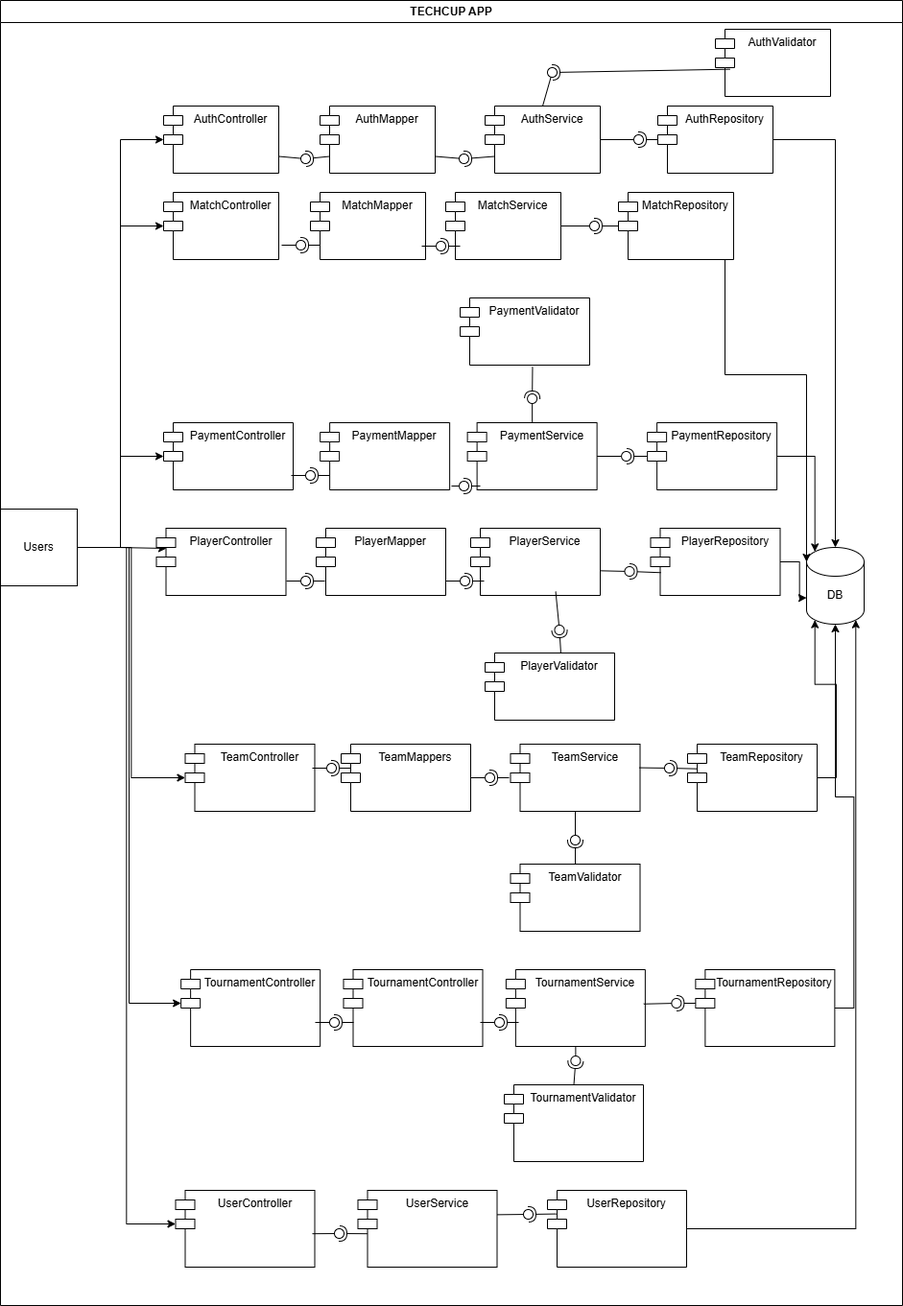
Earlier version of the draw.io export docs/images/Diagramacomponentesespecificos.drawio.png (HorusEnOffside/TechUpFutbol_Backend). Source tidied: cells renumbered, new cells last; positions are measured from the earlier drawing's top-left corner, leaving out a move shared by most shapes.
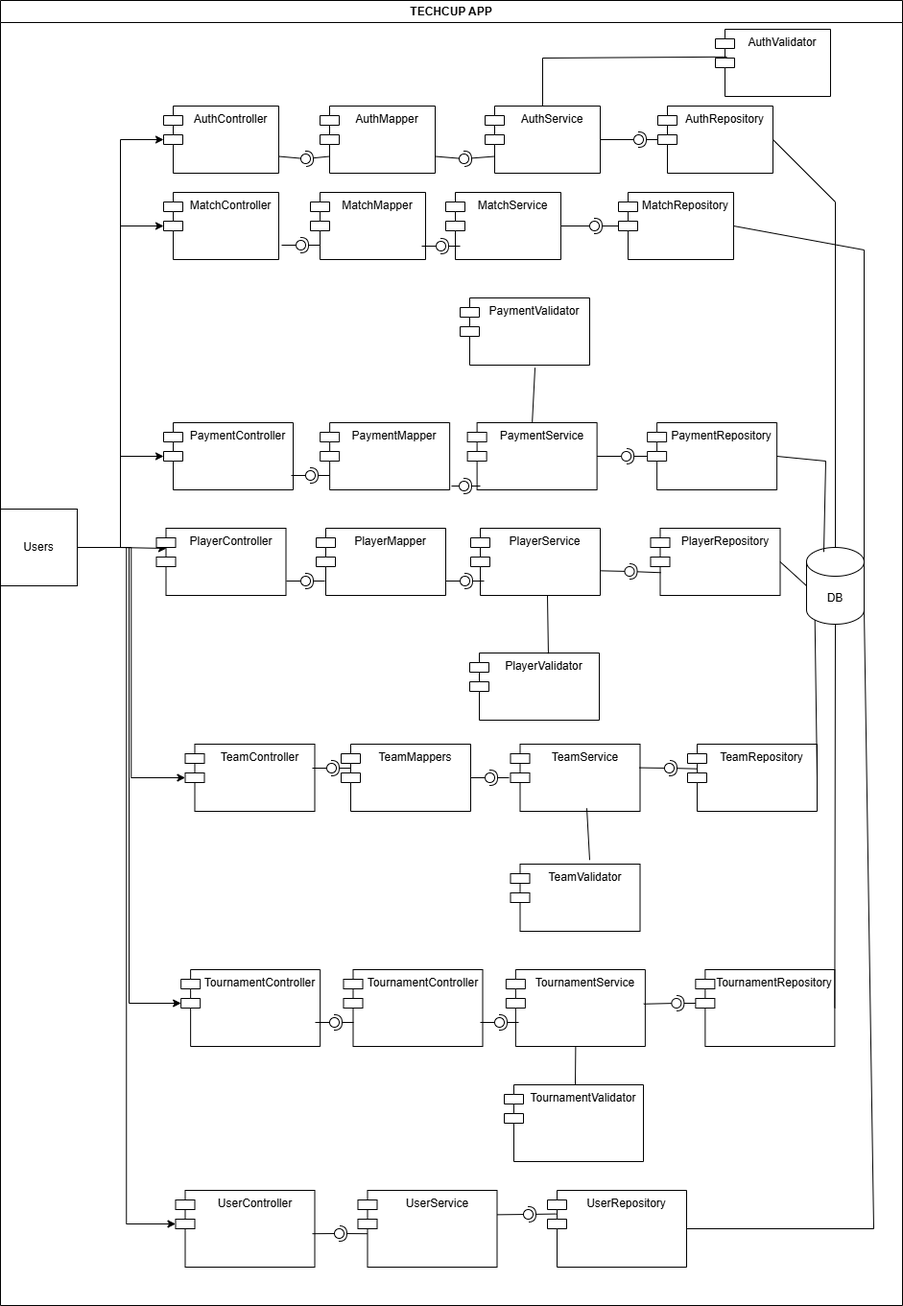
The same file after the commit.

Commit message:
update readme, diagramm correction

Change to the diagram source:
```diff
@@ -2,36 +2,9 @@
   <root>
     <mxCell id="0" />
     <mxCell id="1" parent="0" />
-    <mxCell id="2" style="edgeStyle=orthogonalEdgeStyle;rounded=0;jettySize=auto;html=1;exitX=1;exitY=0.5;exitDx=0;exitDy=0;" parent="1" edge="1" source="53" target="3">
-      <mxGeometry relative="1" as="geometry" />
-    </mxCell>
     <mxCell id="3" value="DB" style="shape=cylinder3;whiteSpace=wrap;html=1;boundedLbl=1;backgroundOutline=1;size=15;" parent="1" vertex="1">
       <mxGeometry x="840" y="570" width="60" height="80" as="geometry" />
     </mxCell>
-    <mxCell id="4" style="edgeStyle=orthogonalEdgeStyle;rounded=0;jettySize=auto;html=1;exitX=1;exitY=0.5;exitDx=0;exitDy=0;entryX=0;entryY=0;entryDx=0;entryDy=15;entryPerimeter=0;" parent="1" edge="1" source="54" target="3">
-      <mxGeometry relative="1" as="geometry">
-        <Array as="points">
-          <mxPoint x="755" y="235" />
-          <mxPoint x="755" y="390" />
-          <mxPoint x="840" y="390" />
-        </Array>
-      </mxGeometry>
-    </mxCell>
-    <mxCell id="5" style="edgeStyle=orthogonalEdgeStyle;rounded=0;jettySize=auto;html=1;exitX=1;exitY=0.5;exitDx=0;exitDy=0;entryX=0.145;entryY=0;entryDx=0;entryDy=4.35;entryPerimeter=0;" parent="1" edge="1" source="97" target="3">
-      <mxGeometry relative="1" as="geometry" />
-    </mxCell>
-    <mxCell id="6" style="edgeStyle=orthogonalEdgeStyle;rounded=0;jettySize=auto;html=1;exitX=1;exitY=0.5;exitDx=0;exitDy=0;entryX=0;entryY=0;entryDx=0;entryDy=52.5;entryPerimeter=0;" parent="1" edge="1" source="80" target="3">
-      <mxGeometry relative="1" as="geometry" />
-    </mxCell>
-    <mxCell id="7" style="edgeStyle=orthogonalEdgeStyle;rounded=0;jettySize=auto;html=1;exitX=1;exitY=0.5;exitDx=0;exitDy=0;entryX=0.145;entryY=1;entryDx=0;entryDy=-4.35;entryPerimeter=0;" parent="1" edge="1" source="21" target="3">
-      <mxGeometry relative="1" as="geometry" />
-    </mxCell>
-    <mxCell id="8" style="edgeStyle=orthogonalEdgeStyle;rounded=0;jettySize=auto;html=1;exitX=1;exitY=0.5;exitDx=0;exitDy=0;entryX=0.5;entryY=1;entryDx=0;entryDy=0;entryPerimeter=0;" parent="1" edge="1" source="34" target="3">
-      <mxGeometry relative="1" as="geometry" />
-    </mxCell>
-    <mxCell id="9" style="edgeStyle=orthogonalEdgeStyle;rounded=0;jettySize=auto;html=1;exitX=1;exitY=0.5;exitDx=0;exitDy=0;entryX=0.855;entryY=1;entryDx=0;entryDy=-4.35;entryPerimeter=0;" parent="1" edge="1" source="35" target="3">
-      <mxGeometry relative="1" as="geometry" />
-    </mxCell>
     <mxCell id="10" value="Users" style="whiteSpace=wrap;html=1;" parent="1" vertex="1">
       <mxGeometry y="530" width="80" height="80" as="geometry" />
     </mxCell>
@@ -80,15 +53,6 @@
     <mxCell id="25" value="TeamValidator" style="shape=module;align=left;spacingLeft=20;align=center;verticalAlign=top;whiteSpace=wrap;html=1;" parent="18" vertex="1">
       <mxGeometry x="531.5" y="900" width="135" height="70" as="geometry" />
     </mxCell>
-    <mxCell id="26" style="rounded=0;jettySize=auto;html=1;endArrow=halfCircle;endFill=0;endSize=6;strokeWidth=1;sketch=0;exitX=0.5;exitY=0;exitDx=0;exitDy=0;" parent="18" edge="1" source="25" target="28">
-      <mxGeometry relative="1" as="geometry" />
-    </mxCell>
-    <mxCell id="27" style="rounded=0;jettySize=auto;html=1;endArrow=oval;endFill=0;sketch=0;sourcePerimeterSpacing=0;targetPerimeterSpacing=0;endSize=10;exitX=0.5;exitY=1;exitDx=0;exitDy=0;" parent="18" edge="1" source="20" target="28">
-      <mxGeometry relative="1" as="geometry" />
-    </mxCell>
-    <mxCell id="28" style="ellipse;whiteSpace=wrap;html=1;align=center;fillColor=none;strokeColor=none;perimeter=centerPerimeter;points=[];outlineConnect=1;" parent="18" vertex="1">
-      <mxGeometry x="594" y="870" width="10" height="10" as="geometry" />
-    </mxCell>
     <mxCell id="29" value="TournamentController" style="shape=module;align=left;spacingLeft=20;align=center;verticalAlign=top;whiteSpace=wrap;html=1;" parent="18" vertex="1">
       <mxGeometry x="188.1" y="1010" width="145" height="80" as="geometry" />
     </mxCell>
@@ -142,15 +106,6 @@
     <mxCell id="45" value="TournamentValidator" style="shape=module;align=left;spacingLeft=20;align=center;verticalAlign=top;whiteSpace=wrap;html=1;" parent="18" vertex="1">
       <mxGeometry x="525" y="1130" width="145" height="80" as="geometry" />
     </mxCell>
-    <mxCell id="46" style="rounded=0;jettySize=auto;html=1;endArrow=halfCircle;endFill=0;endSize=6;strokeWidth=1;sketch=0;exitX=0.5;exitY=0;exitDx=0;exitDy=0;" parent="18" edge="1" source="45" target="48">
-      <mxGeometry relative="1" as="geometry" />
-    </mxCell>
-    <mxCell id="47" style="rounded=0;jettySize=auto;html=1;endArrow=oval;endFill=0;sketch=0;sourcePerimeterSpacing=0;targetPerimeterSpacing=0;endSize=10;exitX=0.5;exitY=1;exitDx=0;exitDy=0;" parent="18" edge="1" source="32" target="48">
-      <mxGeometry relative="1" as="geometry" />
-    </mxCell>
-    <mxCell id="48" style="ellipse;whiteSpace=wrap;html=1;align=center;fillColor=none;strokeColor=none;perimeter=centerPerimeter;points=[];outlineConnect=1;" parent="18" vertex="1">
-      <mxGeometry x="594.4" y="1100" width="10" height="10" as="geometry" />
-    </mxCell>
     <mxCell id="49" value="AuthController" style="shape=module;align=left;spacingLeft=20;align=center;verticalAlign=top;whiteSpace=wrap;html=1;" parent="18" vertex="1">
       <mxGeometry x="170" y="110" width="120" height="70" as="geometry" />
     </mxCell>
@@ -192,15 +147,9 @@
     <mxCell id="61" value="AuthValidator" style="shape=module;align=left;spacingLeft=20;align=center;verticalAlign=top;whiteSpace=wrap;html=1;" parent="18" vertex="1">
       <mxGeometry x="745" y="30" width="120" height="70" as="geometry" />
     </mxCell>
-    <mxCell id="62" style="rounded=0;jettySize=auto;html=1;endArrow=halfCircle;endFill=0;endSize=6;strokeWidth=1;sketch=0;exitX=0.127;exitY=0.595;exitDx=0;exitDy=0;exitPerimeter=0;" parent="18" edge="1" source="61" target="63">
-      <mxGeometry relative="1" as="geometry" />
-    </mxCell>
     <mxCell id="63" style="ellipse;whiteSpace=wrap;html=1;align=center;fillColor=none;strokeColor=none;perimeter=centerPerimeter;points=[];outlineConnect=1;" parent="18" vertex="1">
       <mxGeometry x="570" y="70" width="10" height="10" as="geometry" />
     </mxCell>
-    <mxCell id="64" style="rounded=0;jettySize=auto;html=1;endArrow=oval;endFill=0;sketch=0;sourcePerimeterSpacing=0;targetPerimeterSpacing=0;endSize=10;exitX=0.5;exitY=0;exitDx=0;exitDy=0;" parent="18" edge="1" source="51" target="63">
-      <mxGeometry relative="1" as="geometry" />
-    </mxCell>
     <mxCell id="65" value="TeamMappers" style="shape=module;align=left;spacingLeft=20;align=center;verticalAlign=top;whiteSpace=wrap;html=1;" parent="18" vertex="1">
       <mxGeometry x="355" y="775" width="135" height="70" as="geometry" />
     </mxCell>
@@ -275,17 +224,8 @@
       <mxGeometry x="650.5" y="590" width="10" height="10" as="geometry" />
     </mxCell>
     <mxCell id="84" value="PlayerValidator" style="shape=module;align=left;spacingLeft=20;align=center;verticalAlign=top;whiteSpace=wrap;html=1;" parent="18" vertex="1">
-      <mxGeometry x="505" y="680" width="135" height="70" as="geometry" />
+      <mxGeometry x="489" y="680" width="135" height="70" as="geometry" />
     </mxCell>
-    <mxCell id="85" style="rounded=0;jettySize=auto;html=1;endArrow=halfCircle;endFill=0;endSize=6;strokeWidth=1;sketch=0;exitX=0.585;exitY=0.004;exitDx=0;exitDy=0;exitPerimeter=0;" parent="18" edge="1" source="84" target="86">
-      <mxGeometry relative="1" as="geometry" />
-    </mxCell>
-    <mxCell id="86" style="ellipse;whiteSpace=wrap;html=1;align=center;fillColor=none;strokeColor=none;perimeter=centerPerimeter;points=[];outlineConnect=1;" parent="18" vertex="1">
-      <mxGeometry x="577.5" y="651" width="10" height="10" as="geometry" />
-    </mxCell>
-    <mxCell id="87" style="rounded=0;jettySize=auto;html=1;endArrow=oval;endFill=0;sketch=0;sourcePerimeterSpacing=0;targetPerimeterSpacing=0;endSize=10;exitX=0.656;exitY=0.944;exitDx=0;exitDy=0;exitPerimeter=0;" parent="18" edge="1" source="79" target="86">
-      <mxGeometry relative="1" as="geometry" />
-    </mxCell>
     <mxCell id="88" value="PlayerController" style="shape=module;align=left;spacingLeft=20;align=center;verticalAlign=top;whiteSpace=wrap;html=1;" parent="18" vertex="1">
       <mxGeometry x="162.5" y="550" width="135" height="70" as="geometry" />
     </mxCell>
@@ -336,15 +276,9 @@
     <mxCell id="101" value="PaymentValidator" style="shape=module;align=left;spacingLeft=20;align=center;verticalAlign=top;whiteSpace=wrap;html=1;" parent="18" vertex="1">
       <mxGeometry x="479" y="310" width="135" height="70" as="geometry" />
     </mxCell>
-    <mxCell id="102" style="rounded=0;jettySize=auto;html=1;endArrow=halfCircle;endFill=0;endSize=6;strokeWidth=1;sketch=0;exitX=0.559;exitY=1.027;exitDx=0;exitDy=0;exitPerimeter=0;" parent="18" edge="1" source="101" target="103">
-      <mxGeometry relative="1" as="geometry" />
-    </mxCell>
     <mxCell id="103" style="ellipse;whiteSpace=wrap;html=1;align=center;fillColor=none;strokeColor=none;perimeter=centerPerimeter;points=[];outlineConnect=1;" parent="18" vertex="1">
       <mxGeometry x="549.1" y="410" width="10" height="10" as="geometry" />
     </mxCell>
-    <mxCell id="104" style="rounded=0;jettySize=auto;html=1;endArrow=oval;endFill=0;sketch=0;sourcePerimeterSpacing=0;targetPerimeterSpacing=0;endSize=10;exitX=0.5;exitY=0;exitDx=0;exitDy=0;" parent="18" edge="1" source="96" target="103">
-      <mxGeometry relative="1" as="geometry" />
-    </mxCell>
     <mxCell id="105" value="PaymentMapper" style="shape=module;align=left;spacingLeft=20;align=center;verticalAlign=top;whiteSpace=wrap;html=1;" parent="18" vertex="1">
       <mxGeometry x="333.1" y="440" width="135" height="70" as="geometry" />
     </mxCell>
@@ -427,5 +361,65 @@
     <mxCell id="126" style="ellipse;whiteSpace=wrap;html=1;align=center;fillColor=none;strokeColor=none;perimeter=centerPerimeter;points=[];outlineConnect=1;" parent="18" vertex="1">
       <mxGeometry x="454" y="251" width="10" height="10" as="geometry" />
     </mxCell>
+    <mxCell id="127" style="endArrow=none;html=1;rounded=0;exitX=0.5;exitY=0;exitDx=0;exitDy=0;entryX=0.1;entryY=0.411;entryDx=0;entryDy=0;entryPerimeter=0;" parent="18" edge="1" source="51" target="61">
+      <mxGeometry relative="1" as="geometry">
+        <Array as="points">
+          <mxPoint x="565" y="60" />
+        </Array>
+      </mxGeometry>
+    </mxCell>
+    <mxCell id="128" style="endArrow=none;html=1;rounded=0;exitX=0.5;exitY=0;exitDx=0;exitDy=0;entryX=0.578;entryY=1.039;entryDx=0;entryDy=0;entryPerimeter=0;" parent="18" edge="1" source="96" target="101">
+      <mxGeometry relative="1" as="geometry" />
+    </mxCell>
+    <mxCell id="129" style="endArrow=none;html=1;rounded=0;exitX=0.607;exitY=0.011;exitDx=0;exitDy=0;exitPerimeter=0;" parent="18" edge="1" source="84">
+      <mxGeometry relative="1" as="geometry">
+        <mxPoint x="570" y="620" as="targetPoint" />
+      </mxGeometry>
+    </mxCell>
+    <mxCell id="130" style="endArrow=none;html=1;rounded=0;entryX=0.589;entryY=0.954;entryDx=0;entryDy=0;entryPerimeter=0;exitX=0.611;exitY=-0.061;exitDx=0;exitDy=0;exitPerimeter=0;" parent="18" edge="1" source="25" target="20">
+      <mxGeometry relative="1" as="geometry" />
+    </mxCell>
+    <mxCell id="131" style="endArrow=none;html=1;rounded=0;entryX=0.5;entryY=1;entryDx=0;entryDy=0;" parent="18" edge="1" target="32">
+      <mxGeometry relative="1" as="geometry">
+        <mxPoint x="599" y="1130" as="sourcePoint" />
+      </mxGeometry>
+    </mxCell>
+    <mxCell id="132" style="endArrow=none;html=1;rounded=0;entryX=1;entryY=0.5;entryDx=0;entryDy=0;exitX=0.5;exitY=0;exitDx=0;exitDy=0;exitPerimeter=0;" parent="1" edge="1" source="3" target="53">
+      <mxGeometry relative="1" as="geometry">
+        <Array as="points">
+          <mxPoint x="870" y="210" />
+        </Array>
+      </mxGeometry>
+    </mxCell>
+    <mxCell id="133" style="endArrow=none;html=1;rounded=0;entryX=1;entryY=0.5;entryDx=0;entryDy=0;exitX=1;exitY=0;exitDx=0;exitDy=15;exitPerimeter=0;" parent="1" edge="1" source="3" target="54">
+      <mxGeometry relative="1" as="geometry">
+        <Array as="points">
+          <mxPoint x="900" y="260" />
+        </Array>
+      </mxGeometry>
+    </mxCell>
+    <mxCell id="5" style="endArrow=none;html=1;rounded=0;exitX=1;exitY=0.5;exitDx=0;exitDy=0;entryX=0.3;entryY=0.059;entryDx=0;entryDy=0;entryPerimeter=0;" parent="1" edge="1" source="97" target="3">
+      <mxGeometry relative="1" as="geometry">
+        <Array as="points">
+          <mxPoint x="860" y="480" />
+        </Array>
+      </mxGeometry>
+    </mxCell>
+    <mxCell id="6" style="endArrow=none;html=1;rounded=0;entryX=0;entryY=0.5;entryDx=0;entryDy=0;entryPerimeter=0;exitX=1;exitY=0.5;exitDx=0;exitDy=0;" parent="1" edge="1" source="80" target="3">
+      <mxGeometry relative="1" as="geometry" />
+    </mxCell>
+    <mxCell id="134" style="endArrow=none;html=1;rounded=0;entryX=1;entryY=0.5;entryDx=0;entryDy=0;exitX=0.145;exitY=1;exitDx=0;exitDy=-4.35;exitPerimeter=0;" parent="1" edge="1" source="3" target="21">
+      <mxGeometry relative="1" as="geometry" />
+    </mxCell>
+    <mxCell id="9" style="endArrow=none;html=1;rounded=0;exitX=1;exitY=0.5;exitDx=0;exitDy=0;entryX=1;entryY=1;entryDx=0;entryDy=-15;entryPerimeter=0;" parent="1" edge="1" source="35" target="3">
+      <mxGeometry relative="1" as="geometry">
+        <Array as="points">
+          <mxPoint x="910" y="1280" />
+        </Array>
+      </mxGeometry>
+    </mxCell>
+    <mxCell id="8" style="endArrow=none;html=1;rounded=0;exitX=1;exitY=0.5;exitDx=0;exitDy=0;entryX=0.5;entryY=1;entryDx=0;entryDy=0;entryPerimeter=0;" parent="1" edge="1" source="34" target="3">
+      <mxGeometry relative="1" as="geometry" />
+    </mxCell>
   </root>
 </mxGraphModel>
```
